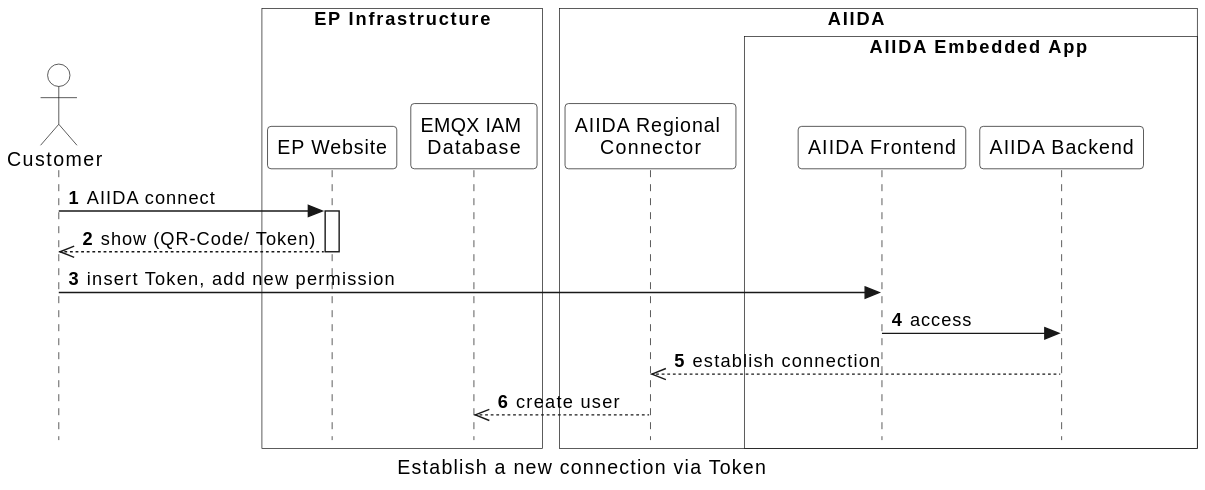
eddie-energy/architecture keeps this PlantUML diagram as arc42/aiida/runtime-view/figures/aiida_new_connection_token.svg. Above is the earlier version.
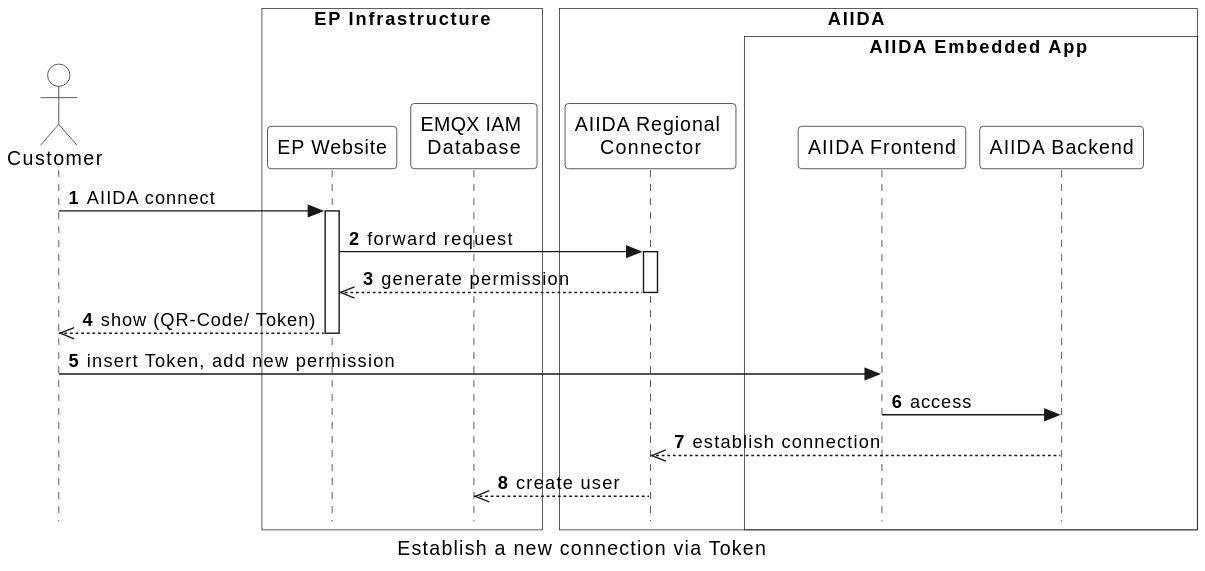
Above is the later version.

Commit message:
aiida runtime view

Change to the diagram source:
```diff
@@ -26,7 +26,10 @@
 
 user -> website : AIIDA connect
 activate website
-
+website -> connector : forward request
+activate connector
+connector -->> website : generate permission
+deactivate connector
   website -->> user : show (QR-Code/ Token)
 deactivate website
 
```
